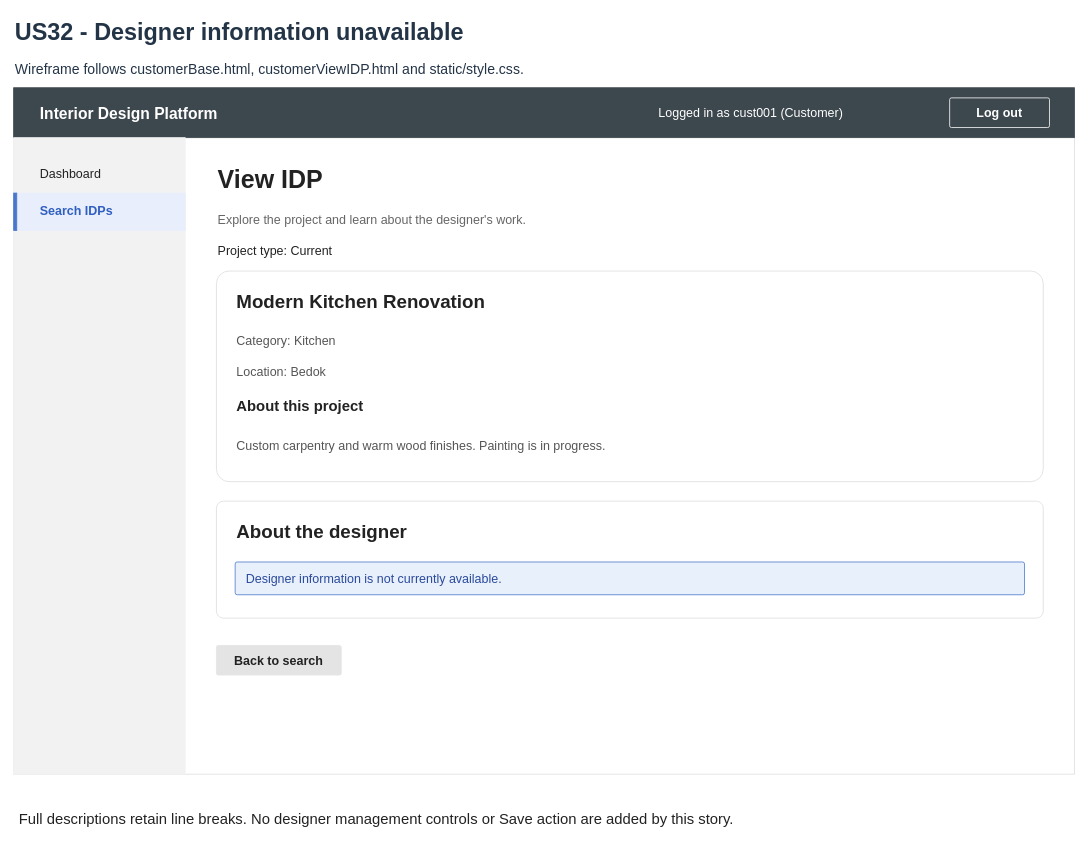
Before: page "4c Wireframe - Designer information unavailable" (5 of 7) of Sprint_3/US32 - View IDP/US32 View IDP.drawio in Hanzxc/CSIT314-ARCHSS, a draw.io diagram. Source tidied: cells renumbered, new cells numbered last; positions are measured from the earlier drawing's top-left corner, leaving out a move shared by most shapes. Both pictures are drawn from the tidied source at 78%, with x=0, y=0 at pixel (13, 13).
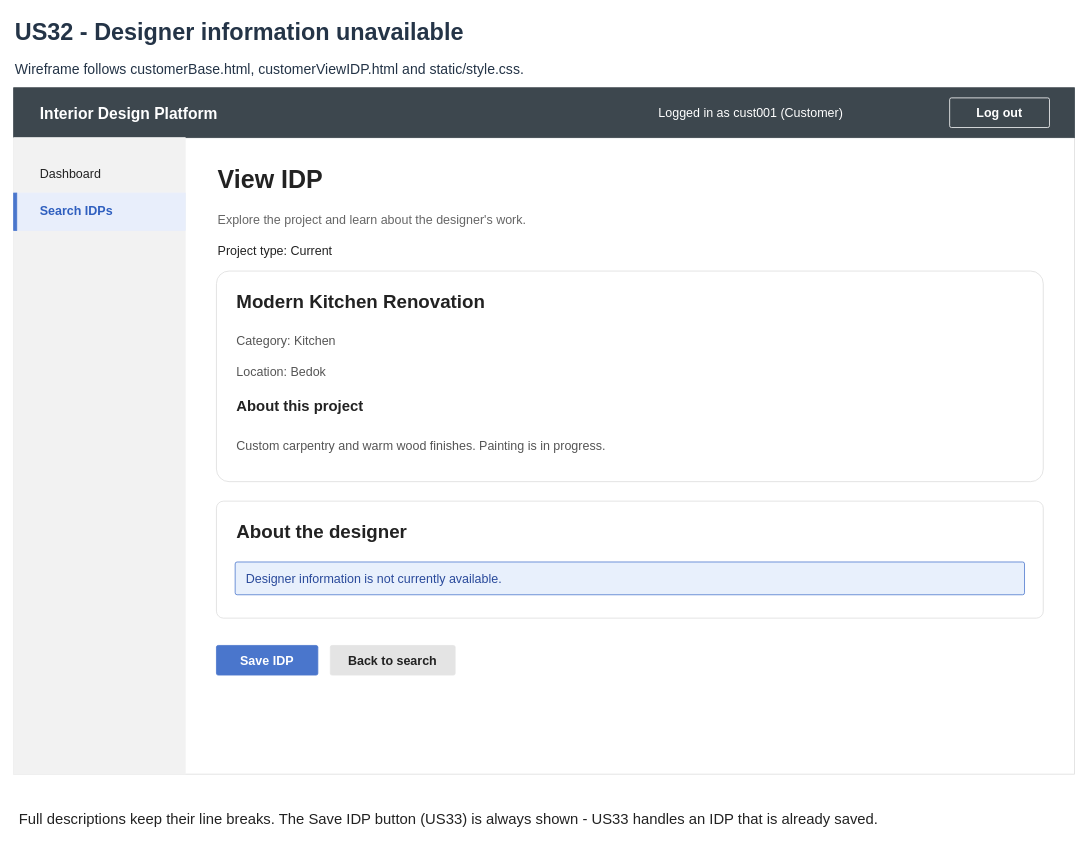
The same page after the edit.

Diff of the diagram source:
```diff
@@
+    <mxCell id="31" style="rounded=1;arcSize=6;html=0;fillColor=#4a76cc;strokeColor=#4a76cc;" parent="1" vertex="1">
+      <mxGeometry x="260" y="810" width="130" height="38" as="geometry" />
+    </mxCell>
+    <mxCell id="32" value="Save IDP" style="text;html=0;align=center;verticalAlign=middle;whiteSpace=wrap;fontSize=16;fontStyle=1;fontColor=#fff;" parent="1" vertex="1">
+      <mxGeometry x="266" y="814" width="118" height="30" as="geometry" />
+    </mxCell>
     <mxCell id="28" style="rounded=1;arcSize=6;html=0;fillColor=#e4e4e4;strokeColor=#e4e4e4;" parent="1" vertex="1">
-      <mxGeometry x="260" y="810" width="160" height="38" as="geometry" />
+      <mxGeometry x="406" y="810" width="160" height="38" as="geometry" />
     </mxCell>
     <mxCell id="29" value="Back to search" style="text;html=0;align=center;verticalAlign=middle;whiteSpace=wrap;fontSize=16;fontStyle=1;fontColor=#222;" parent="1" vertex="1">
-      <mxGeometry x="266" y="814" width="148" height="30" as="geometry" />
+      <mxGeometry x="412" y="814" width="148" height="30" as="geometry" />
     </mxCell>
-    <mxCell id="30" value="Full descriptions retain line breaks. No designer management controls or Save action are added by this story." style="text;html=0;align=left;verticalAlign=middle;whiteSpace=wrap;fontSize=19;fontStyle=0;fontColor=#222;" parent="1" vertex="1">
+    <mxCell id="30" value="Full descriptions keep their line breaks. The Save IDP button (US33) is always shown - US33 handles an IDP that is already saved." style="text;html=0;align=left;verticalAlign=middle;whiteSpace=wrap;fontSize=19;fontStyle=0;fontColor=#222;" parent="1" vertex="1">
       <mxGeometry x="5" y="1015" width="1340" height="35" as="geometry" />
     </mxCell>
```
